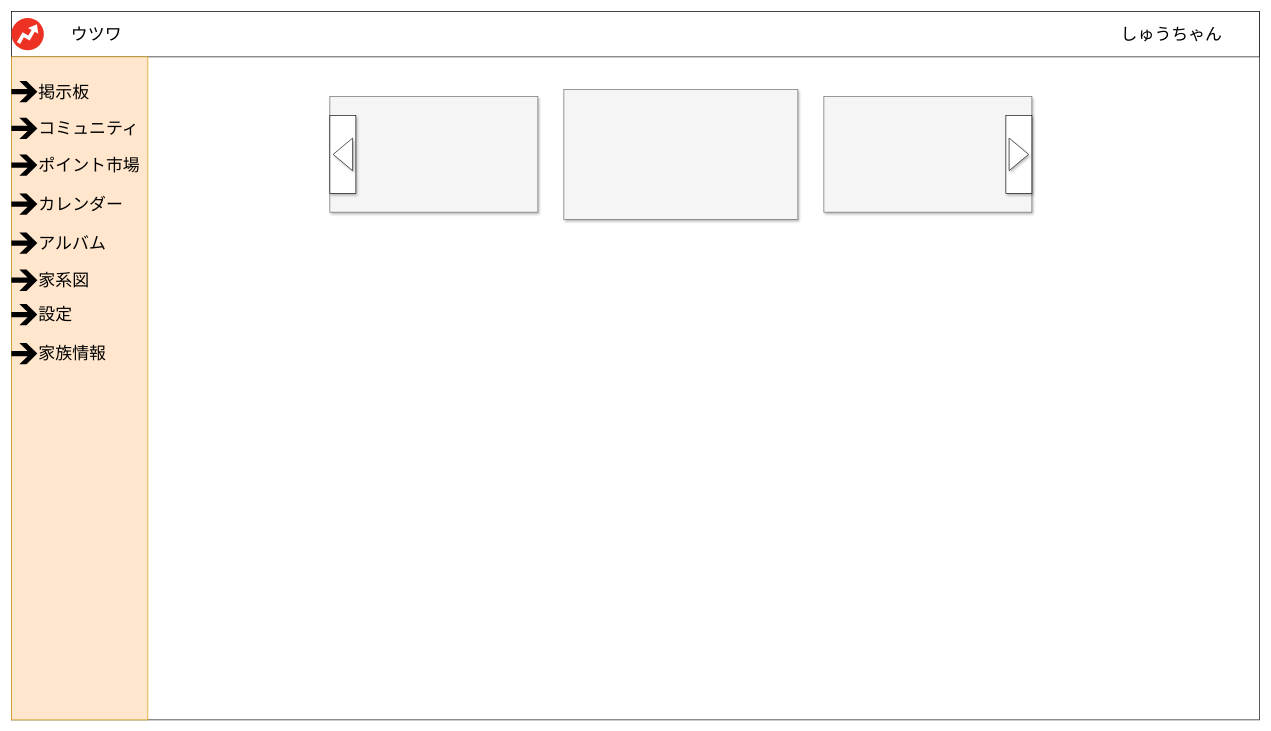
Earlier version of the draw.io diagram page "トップ画面" (4 of 8) of doc/画面.drawio (KoMMet/OyakoProject). Source tidied: cells renumbered, new cells numbered last; positions are measured from the earlier drawing's top-left corner, leaving out a move shared by most shapes. Both pictures are drawn from the tidied source at 65%, with x=0, y=0 at pixel (11, 11).
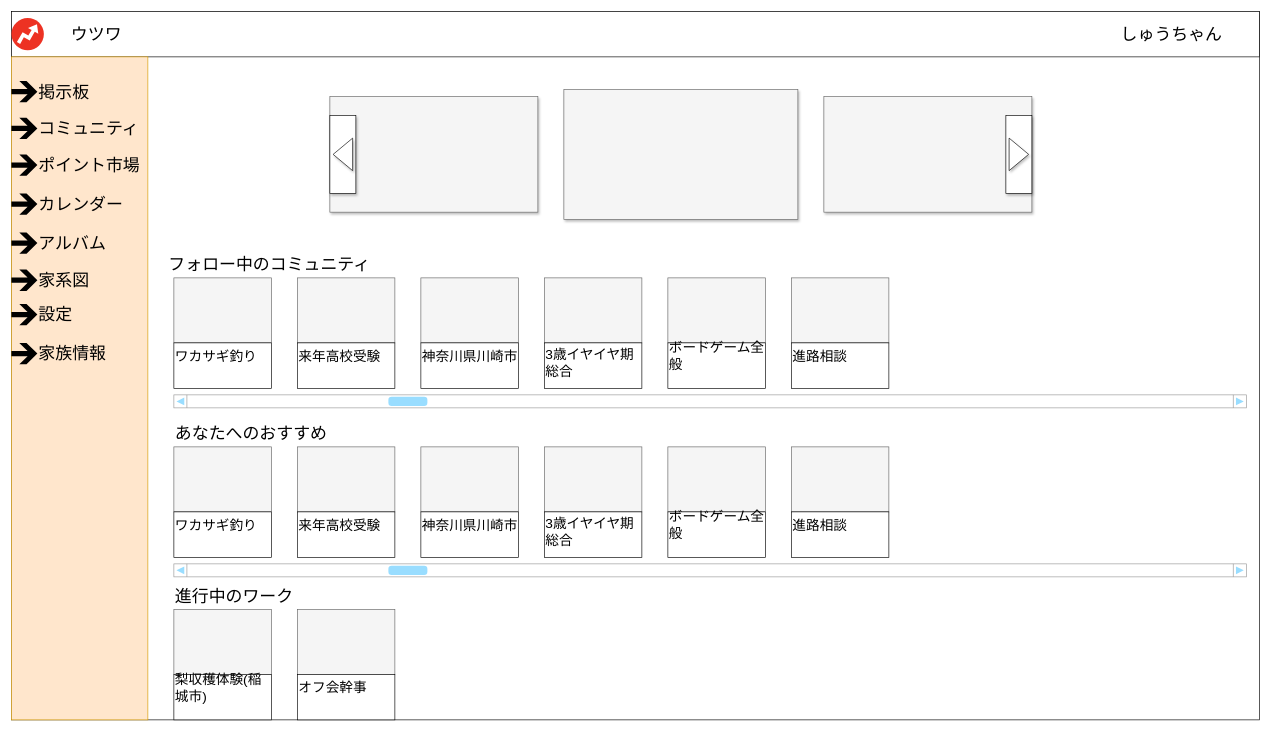
After the change.

The edit, as a diff of the source:
```diff
@@
+    <mxCell id="37" value="フォロー中のコミュニティ" style="text;html=1;strokeColor=none;fillColor=none;align=left;verticalAlign=middle;whiteSpace=wrap;rounded=0;fontSize=26;" parent="1" vertex="1">
+      <mxGeometry x="240" y="370" width="330" height="40" as="geometry" />
+    </mxCell>
+    <mxCell id="38" style="group;" parent="1" vertex="1">
+      <mxGeometry x="250" y="410" width="150" height="170" as="geometry" />
+    </mxCell>
+    <mxCell id="39" style="rounded=0;whiteSpace=wrap;html=1;fontSize=26;align=left;fillColor=#f5f5f5;strokeColor=#666666;fontColor=#333333;shadow=0;" parent="38" vertex="1">
+      <mxGeometry width="150" height="100" as="geometry" />
+    </mxCell>
+    <mxCell id="40" style="rounded=0;whiteSpace=wrap;html=1;shadow=0;fontSize=26;align=left;" parent="38" vertex="1">
+      <mxGeometry y="100" width="150" height="70" as="geometry" />
+    </mxCell>
+    <mxCell id="41" value="ワカサギ釣り" style="text;html=1;strokeColor=none;fillColor=none;align=left;verticalAlign=middle;whiteSpace=wrap;rounded=0;shadow=0;fontSize=21;" parent="38" vertex="1">
+      <mxGeometry y="110" width="150" height="20" as="geometry" />
+    </mxCell>
+    <mxCell id="42" style="group;" parent="1" vertex="1">
+      <mxGeometry x="440" y="410" width="150" height="170" as="geometry" />
+    </mxCell>
+    <mxCell id="43" style="rounded=0;whiteSpace=wrap;html=1;fontSize=26;align=left;fillColor=#f5f5f5;strokeColor=#666666;fontColor=#333333;shadow=0;" parent="42" vertex="1">
+      <mxGeometry width="150" height="100" as="geometry" />
+    </mxCell>
+    <mxCell id="44" style="rounded=0;whiteSpace=wrap;html=1;shadow=0;fontSize=26;align=left;" parent="42" vertex="1">
+      <mxGeometry y="100" width="150" height="70" as="geometry" />
+    </mxCell>
+    <mxCell id="45" value="来年高校受験" style="text;html=1;strokeColor=none;fillColor=none;align=left;verticalAlign=middle;whiteSpace=wrap;rounded=0;shadow=0;fontSize=21;" parent="42" vertex="1">
+      <mxGeometry y="110" width="150" height="20" as="geometry" />
+    </mxCell>
+    <mxCell id="46" style="group;" parent="1" vertex="1">
+      <mxGeometry x="630" y="410" width="150" height="170" as="geometry" />
+    </mxCell>
+    <mxCell id="47" style="rounded=0;whiteSpace=wrap;html=1;fontSize=26;align=left;fillColor=#f5f5f5;strokeColor=#666666;fontColor=#333333;shadow=0;" parent="46" vertex="1">
+      <mxGeometry width="150" height="100" as="geometry" />
+    </mxCell>
+    <mxCell id="48" style="rounded=0;whiteSpace=wrap;html=1;shadow=0;fontSize=26;align=left;" parent="46" vertex="1">
+      <mxGeometry y="100" width="150" height="70" as="geometry" />
+    </mxCell>
+    <mxCell id="49" value="神奈川県川崎市" style="text;html=1;strokeColor=none;fillColor=none;align=left;verticalAlign=middle;whiteSpace=wrap;rounded=0;shadow=0;fontSize=21;" parent="46" vertex="1">
+      <mxGeometry y="110" width="150" height="20" as="geometry" />
+    </mxCell>
+    <mxCell id="50" style="group;" parent="1" vertex="1">
+      <mxGeometry x="820" y="410" width="150" height="170" as="geometry" />
+    </mxCell>
+    <mxCell id="51" style="rounded=0;whiteSpace=wrap;html=1;fontSize=26;align=left;fillColor=#f5f5f5;strokeColor=#666666;fontColor=#333333;shadow=0;" parent="50" vertex="1">
+      <mxGeometry width="150" height="100" as="geometry" />
+    </mxCell>
+    <mxCell id="52" style="rounded=0;whiteSpace=wrap;html=1;shadow=0;fontSize=26;align=left;" parent="50" vertex="1">
+      <mxGeometry y="100" width="150" height="70" as="geometry" />
+    </mxCell>
+    <mxCell id="53" value="3歳イヤイヤ期総合" style="text;html=1;strokeColor=none;fillColor=none;align=left;verticalAlign=middle;whiteSpace=wrap;rounded=0;shadow=0;fontSize=21;" parent="50" vertex="1">
+      <mxGeometry y="120" width="150" height="20" as="geometry" />
+    </mxCell>
+    <mxCell id="54" style="group;" parent="1" vertex="1">
+      <mxGeometry x="1010" y="410" width="150" height="170" as="geometry" />
+    </mxCell>
+    <mxCell id="55" style="rounded=0;whiteSpace=wrap;html=1;fontSize=26;align=left;fillColor=#f5f5f5;strokeColor=#666666;fontColor=#333333;shadow=0;" parent="54" vertex="1">
+      <mxGeometry width="150" height="100" as="geometry" />
+    </mxCell>
+    <mxCell id="56" style="rounded=0;whiteSpace=wrap;html=1;shadow=0;fontSize=26;align=left;" parent="54" vertex="1">
+      <mxGeometry y="100" width="150" height="70" as="geometry" />
+    </mxCell>
+    <mxCell id="57" value="ボードゲーム全般" style="text;html=1;strokeColor=none;fillColor=none;align=left;verticalAlign=middle;whiteSpace=wrap;rounded=0;shadow=0;fontSize=21;" parent="54" vertex="1">
+      <mxGeometry y="110" width="150" height="20" as="geometry" />
+    </mxCell>
+    <mxCell id="58" style="group;" parent="1" vertex="1">
+      <mxGeometry x="1200" y="410" width="150" height="170" as="geometry" />
+    </mxCell>
+    <mxCell id="59" style="rounded=0;whiteSpace=wrap;html=1;fontSize=26;align=left;fillColor=#f5f5f5;strokeColor=#666666;fontColor=#333333;shadow=0;" parent="58" vertex="1">
+      <mxGeometry width="150" height="100" as="geometry" />
+    </mxCell>
+    <mxCell id="60" style="rounded=0;whiteSpace=wrap;html=1;shadow=0;fontSize=26;align=left;" parent="58" vertex="1">
+      <mxGeometry y="100" width="150" height="70" as="geometry" />
+    </mxCell>
+    <mxCell id="61" value="進路相談" style="text;html=1;strokeColor=none;fillColor=none;align=left;verticalAlign=middle;whiteSpace=wrap;rounded=0;shadow=0;fontSize=21;" parent="58" vertex="1">
+      <mxGeometry y="110" width="150" height="20" as="geometry" />
+    </mxCell>
+    <mxCell id="62" value="あなたへのおすすめ" style="text;html=1;strokeColor=none;fillColor=none;align=left;verticalAlign=middle;whiteSpace=wrap;rounded=0;fontSize=26;" parent="1" vertex="1">
+      <mxGeometry x="250" y="630" width="400" height="40" as="geometry" />
+    </mxCell>
+    <mxCell id="63" style="group;" parent="1" vertex="1">
+      <mxGeometry x="250" y="670" width="150" height="170" as="geometry" />
+    </mxCell>
+    <mxCell id="64" style="rounded=0;whiteSpace=wrap;html=1;fontSize=26;align=left;fillColor=#f5f5f5;strokeColor=#666666;fontColor=#333333;shadow=0;" parent="63" vertex="1">
+      <mxGeometry width="150" height="100" as="geometry" />
+    </mxCell>
+    <mxCell id="65" style="rounded=0;whiteSpace=wrap;html=1;shadow=0;fontSize=26;align=left;" parent="63" vertex="1">
+      <mxGeometry y="100" width="150" height="70" as="geometry" />
+    </mxCell>
+    <mxCell id="66" value="ワカサギ釣り" style="text;html=1;strokeColor=none;fillColor=none;align=left;verticalAlign=middle;whiteSpace=wrap;rounded=0;shadow=0;fontSize=21;" parent="63" vertex="1">
+      <mxGeometry y="110" width="150" height="20" as="geometry" />
+    </mxCell>
+    <mxCell id="67" style="group;" parent="1" vertex="1">
+      <mxGeometry x="440" y="670" width="150" height="170" as="geometry" />
+    </mxCell>
+    <mxCell id="68" style="rounded=0;whiteSpace=wrap;html=1;fontSize=26;align=left;fillColor=#f5f5f5;strokeColor=#666666;fontColor=#333333;shadow=0;" parent="67" vertex="1">
+      <mxGeometry width="150" height="100" as="geometry" />
+    </mxCell>
+    <mxCell id="69" style="rounded=0;whiteSpace=wrap;html=1;shadow=0;fontSize=26;align=left;" parent="67" vertex="1">
+      <mxGeometry y="100" width="150" height="70" as="geometry" />
+    </mxCell>
+    <mxCell id="70" value="来年高校受験" style="text;html=1;strokeColor=none;fillColor=none;align=left;verticalAlign=middle;whiteSpace=wrap;rounded=0;shadow=0;fontSize=21;" parent="67" vertex="1">
+      <mxGeometry y="110" width="150" height="20" as="geometry" />
+    </mxCell>
+    <mxCell id="71" style="group;" parent="1" vertex="1">
+      <mxGeometry x="630" y="670" width="150" height="170" as="geometry" />
+    </mxCell>
+    <mxCell id="72" style="rounded=0;whiteSpace=wrap;html=1;fontSize=26;align=left;fillColor=#f5f5f5;strokeColor=#666666;fontColor=#333333;shadow=0;" parent="71" vertex="1">
+      <mxGeometry width="150" height="100" as="geometry" />
+    </mxCell>
+    <mxCell id="73" style="rounded=0;whiteSpace=wrap;html=1;shadow=0;fontSize=26;align=left;" parent="71" vertex="1">
+      <mxGeometry y="100" width="150" height="70" as="geometry" />
+    </mxCell>
+    <mxCell id="74" value="神奈川県川崎市" style="text;html=1;strokeColor=none;fillColor=none;align=left;verticalAlign=middle;whiteSpace=wrap;rounded=0;shadow=0;fontSize=21;" parent="71" vertex="1">
+      <mxGeometry y="110" width="150" height="20" as="geometry" />
+    </mxCell>
+    <mxCell id="75" style="group;" parent="1" vertex="1">
+      <mxGeometry x="820" y="670" width="150" height="170" as="geometry" />
+    </mxCell>
+    <mxCell id="76" style="rounded=0;whiteSpace=wrap;html=1;fontSize=26;align=left;fillColor=#f5f5f5;strokeColor=#666666;fontColor=#333333;shadow=0;" parent="75" vertex="1">
+      <mxGeometry width="150" height="100" as="geometry" />
+    </mxCell>
+    <mxCell id="77" style="rounded=0;whiteSpace=wrap;html=1;shadow=0;fontSize=26;align=left;" parent="75" vertex="1">
+      <mxGeometry y="100" width="150" height="70" as="geometry" />
+    </mxCell>
+    <mxCell id="78" value="3歳イヤイヤ期総合" style="text;html=1;strokeColor=none;fillColor=none;align=left;verticalAlign=middle;whiteSpace=wrap;rounded=0;shadow=0;fontSize=21;" parent="75" vertex="1">
+      <mxGeometry y="120" width="150" height="20" as="geometry" />
+    </mxCell>
+    <mxCell id="79" style="group;" parent="1" vertex="1">
+      <mxGeometry x="1010" y="670" width="150" height="170" as="geometry" />
+    </mxCell>
+    <mxCell id="80" style="rounded=0;whiteSpace=wrap;html=1;fontSize=26;align=left;fillColor=#f5f5f5;strokeColor=#666666;fontColor=#333333;shadow=0;" parent="79" vertex="1">
+      <mxGeometry width="150" height="100" as="geometry" />
+    </mxCell>
+    <mxCell id="81" style="rounded=0;whiteSpace=wrap;html=1;shadow=0;fontSize=26;align=left;" parent="79" vertex="1">
+      <mxGeometry y="100" width="150" height="70" as="geometry" />
+    </mxCell>
+    <mxCell id="82" value="ボードゲーム全般" style="text;html=1;strokeColor=none;fillColor=none;align=left;verticalAlign=middle;whiteSpace=wrap;rounded=0;shadow=0;fontSize=21;" parent="79" vertex="1">
+      <mxGeometry y="110" width="150" height="20" as="geometry" />
+    </mxCell>
+    <mxCell id="83" style="group;" parent="1" vertex="1">
+      <mxGeometry x="1200" y="670" width="150" height="170" as="geometry" />
+    </mxCell>
+    <mxCell id="84" style="rounded=0;whiteSpace=wrap;html=1;fontSize=26;align=left;fillColor=#f5f5f5;strokeColor=#666666;fontColor=#333333;shadow=0;" parent="83" vertex="1">
+      <mxGeometry width="150" height="100" as="geometry" />
+    </mxCell>
+    <mxCell id="85" style="rounded=0;whiteSpace=wrap;html=1;shadow=0;fontSize=26;align=left;" parent="83" vertex="1">
+      <mxGeometry y="100" width="150" height="70" as="geometry" />
+    </mxCell>
+    <mxCell id="86" value="進路相談" style="text;html=1;strokeColor=none;fillColor=none;align=left;verticalAlign=middle;whiteSpace=wrap;rounded=0;shadow=0;fontSize=21;" parent="83" vertex="1">
+      <mxGeometry y="110" width="150" height="20" as="geometry" />
+    </mxCell>
+    <mxCell id="87" value="進行中のワーク" style="text;html=1;strokeColor=none;fillColor=none;align=left;verticalAlign=middle;whiteSpace=wrap;rounded=0;fontSize=26;" parent="1" vertex="1">
+      <mxGeometry x="250" y="880" width="400" height="40" as="geometry" />
+    </mxCell>
+    <mxCell id="88" style="group;" parent="1" vertex="1">
+      <mxGeometry x="250" y="920" width="150" height="170" as="geometry" />
+    </mxCell>
+    <mxCell id="89" style="rounded=0;whiteSpace=wrap;html=1;fontSize=26;align=left;fillColor=#f5f5f5;strokeColor=#666666;fontColor=#333333;shadow=0;" parent="88" vertex="1">
+      <mxGeometry width="150" height="100" as="geometry" />
+    </mxCell>
+    <mxCell id="90" style="rounded=0;whiteSpace=wrap;html=1;shadow=0;fontSize=26;align=left;" parent="88" vertex="1">
+      <mxGeometry y="100" width="150" height="70" as="geometry" />
+    </mxCell>
+    <mxCell id="91" value="梨収穫体験(稲城市)" style="text;html=1;strokeColor=none;fillColor=none;align=left;verticalAlign=middle;whiteSpace=wrap;rounded=0;shadow=0;fontSize=21;" parent="88" vertex="1">
+      <mxGeometry y="110" width="150" height="20" as="geometry" />
+    </mxCell>
+    <mxCell id="92" style="group;" parent="1" vertex="1">
+      <mxGeometry x="440" y="920" width="150" height="170" as="geometry" />
+    </mxCell>
+    <mxCell id="93" style="rounded=0;whiteSpace=wrap;html=1;fontSize=26;align=left;fillColor=#f5f5f5;strokeColor=#666666;fontColor=#333333;shadow=0;" parent="92" vertex="1">
+      <mxGeometry width="150" height="100" as="geometry" />
+    </mxCell>
+    <mxCell id="94" style="rounded=0;whiteSpace=wrap;html=1;shadow=0;fontSize=26;align=left;" parent="92" vertex="1">
+      <mxGeometry y="100" width="150" height="70" as="geometry" />
+    </mxCell>
+    <mxCell id="95" value="オフ会幹事" style="text;html=1;strokeColor=none;fillColor=none;align=left;verticalAlign=middle;whiteSpace=wrap;rounded=0;shadow=0;fontSize=21;" parent="92" vertex="1">
+      <mxGeometry y="110" width="150" height="20" as="geometry" />
+    </mxCell>
+    <mxCell id="96" style="verticalLabelPosition=bottom;shadow=0;dashed=0;align=center;html=1;verticalAlign=top;strokeWidth=1;shape=mxgraph.mockup.navigation.scrollBar;strokeColor=#999999;barPos=20;fillColor2=#99ddff;strokeColor2=none;" parent="1" vertex="1">
+      <mxGeometry x="250" y="590" width="1650" height="20" as="geometry" />
+    </mxCell>
+    <mxCell id="97" style="verticalLabelPosition=bottom;shadow=0;dashed=0;align=center;html=1;verticalAlign=top;strokeWidth=1;shape=mxgraph.mockup.navigation.scrollBar;strokeColor=#999999;barPos=20;fillColor2=#99ddff;strokeColor2=none;" parent="1" vertex="1">
+      <mxGeometry x="250" y="850" width="1650" height="20" as="geometry" />
+    </mxCell>
```
